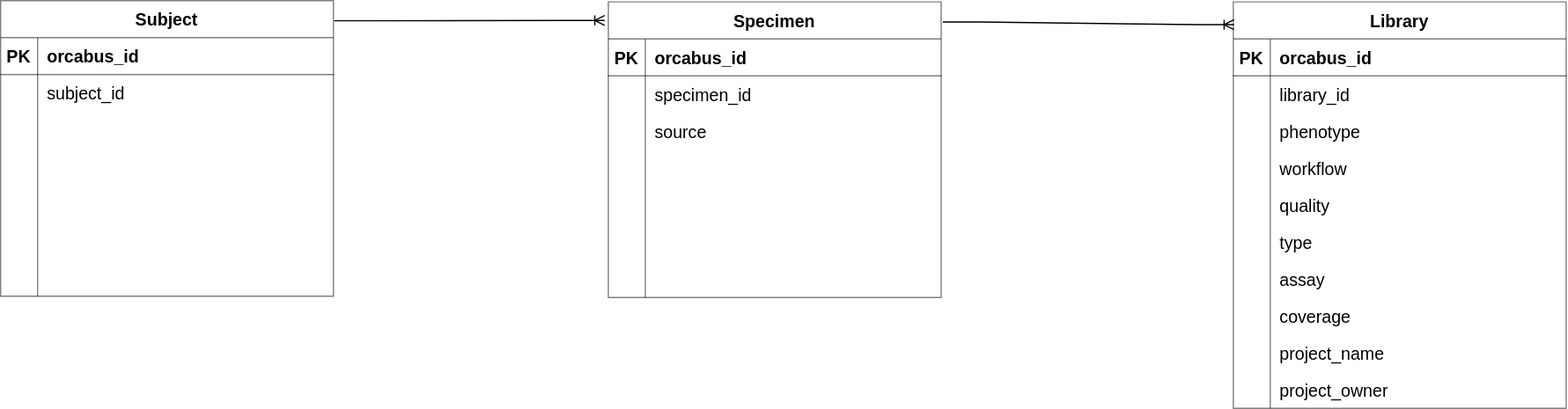
Above: lib/workload/stateless/stacks/metadata-manager/docs/schema.drawio.svg in umccr/orcabus (draw.io), before the change. Source tidied: cells renumbered, new cells last; positions are measured from the earlier drawing's top-left corner, leaving out a move shared by most shapes.
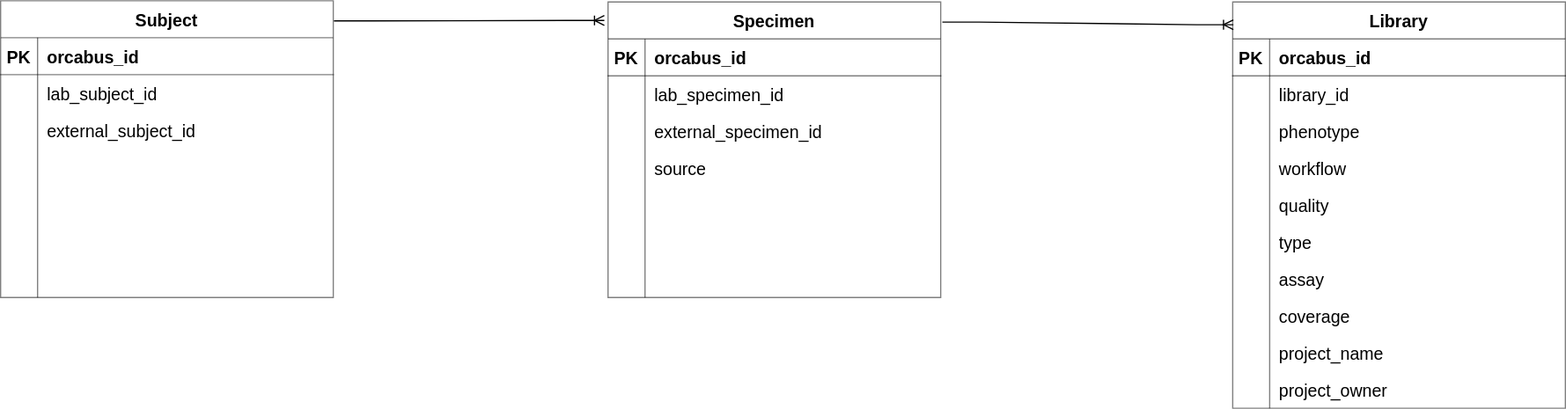
The same file after the commit.

Commit message:
add external subject/specimen id

Diff of the diagram source:
```diff
@@ -96,7 +96,7 @@
       <mxGeometry x="30" width="240" height="30" as="geometry" />
     </mxCell>
     <mxCell id="33" value="Subject" style="shape=table;startSize=30;rowLines=0;fontStyle=1;align=center;fontSize=14;fillColor=none;opacity=50;" parent="1" vertex="1">
-      <mxGeometry width="270" height="240" as="geometry" />
+      <mxGeometry width="270" height="241" as="geometry" />
     </mxCell>
     <mxCell id="34" style="shape=tableRow;horizontal=0;startSize=0;swimlaneHead=0;swimlaneBody=0;fillColor=none;top=0;left=0;right=0;bottom=1;fontSize=14;opacity=50;" parent="33" vertex="1">
       <mxGeometry y="30" width="270" height="30" as="geometry" />
@@ -113,7 +113,7 @@
     <mxCell id="38" style="shape=partialRectangle;fillColor=none;top=0;left=0;bottom=0;right=0;overflow=hidden;rounded=0;shadow=0;labelBackgroundColor=#FFFFFF;labelBorderColor=none;sketch=0;fontSize=12;fontColor=#000000;" parent="37" vertex="1">
       <mxGeometry width="30" height="30" as="geometry" />
     </mxCell>
-    <mxCell id="39" value="subject_id" style="shape=partialRectangle;fillColor=none;top=0;left=0;bottom=0;right=0;align=left;spacingLeft=6;overflow=hidden;rounded=0;shadow=0;labelBackgroundColor=#FFFFFF;labelBorderColor=none;sketch=0;fontSize=14;fontColor=#000000;" parent="37" vertex="1">
+    <mxCell id="39" value="lab_subject_id" style="shape=partialRectangle;fillColor=none;top=0;left=0;bottom=0;right=0;align=left;spacingLeft=6;overflow=hidden;rounded=0;shadow=0;labelBackgroundColor=#FFFFFF;labelBorderColor=none;sketch=0;fontSize=14;fontColor=#000000;" parent="37" vertex="1">
       <mxGeometry x="30" width="240" height="30" as="geometry" />
     </mxCell>
     <mxCell id="40" style="shape=tableRow;horizontal=0;startSize=0;swimlaneHead=0;swimlaneBody=0;fillColor=none;top=0;left=0;right=0;bottom=0;rounded=0;shadow=0;labelBackgroundColor=none;labelBorderColor=none;sketch=0;fontSize=14;" parent="33" vertex="1">
@@ -122,20 +122,20 @@
     <mxCell id="41" style="shape=partialRectangle;fillColor=none;top=0;left=0;bottom=0;right=0;overflow=hidden;rounded=0;shadow=0;labelBackgroundColor=none;labelBorderColor=none;sketch=0;fontSize=14;" parent="40" vertex="1">
       <mxGeometry width="30" height="30" as="geometry" />
     </mxCell>
-    <mxCell id="42" style="shape=partialRectangle;fillColor=none;top=0;left=0;bottom=0;right=0;align=left;spacingLeft=6;overflow=hidden;rounded=0;shadow=0;labelBackgroundColor=none;labelBorderColor=none;sketch=0;fontSize=14;" parent="40" vertex="1">
+    <mxCell id="42" value="external_subject_id" style="shape=partialRectangle;fillColor=none;top=0;left=0;bottom=0;right=0;align=left;spacingLeft=6;overflow=hidden;rounded=0;shadow=0;labelBackgroundColor=none;labelBorderColor=none;sketch=0;fontSize=14;" parent="40" vertex="1">
       <mxGeometry x="30" width="240" height="30" as="geometry" />
     </mxCell>
     <mxCell id="43" style="shape=tableRow;horizontal=0;startSize=0;swimlaneHead=0;swimlaneBody=0;fillColor=none;top=0;left=0;right=0;bottom=0;fontSize=14;opacity=50;" parent="33" vertex="1">
-      <mxGeometry y="120" width="270" height="30" as="geometry" />
+      <mxGeometry y="120" width="270" height="31" as="geometry" />
     </mxCell>
     <mxCell id="44" style="shape=partialRectangle;fillColor=none;top=0;left=0;bottom=0;right=0;overflow=hidden;fontSize=14;opacity=50;" parent="43" vertex="1">
-      <mxGeometry width="30" height="30" as="geometry" />
+      <mxGeometry width="30" height="31" as="geometry" />
     </mxCell>
     <mxCell id="45" style="shape=partialRectangle;fillColor=none;top=0;left=0;bottom=0;right=0;align=left;spacingLeft=6;overflow=hidden;fontSize=14;opacity=50;" parent="43" vertex="1">
-      <mxGeometry x="30" width="240" height="30" as="geometry" />
+      <mxGeometry x="30" width="240" height="31" as="geometry" />
     </mxCell>
     <mxCell id="46" style="shape=tableRow;horizontal=0;startSize=0;swimlaneHead=0;swimlaneBody=0;fillColor=none;top=0;left=0;right=0;bottom=0;fontSize=14;opacity=50;" parent="33" vertex="1">
-      <mxGeometry y="150" width="270" height="30" as="geometry" />
+      <mxGeometry y="151" width="270" height="30" as="geometry" />
     </mxCell>
     <mxCell id="47" style="shape=partialRectangle;fillColor=none;top=0;left=0;bottom=0;right=0;overflow=hidden;fontSize=14;opacity=50;" parent="46" vertex="1">
       <mxGeometry width="30" height="30" as="geometry" />
@@ -144,7 +144,7 @@
       <mxGeometry x="30" width="240" height="30" as="geometry" />
     </mxCell>
     <mxCell id="49" style="shape=tableRow;horizontal=0;startSize=0;swimlaneHead=0;swimlaneBody=0;fillColor=none;top=0;left=0;right=0;bottom=0;labelBackgroundColor=none;fontSize=14;opacity=50;" parent="33" vertex="1">
-      <mxGeometry y="180" width="270" height="30" as="geometry" />
+      <mxGeometry y="181" width="270" height="30" as="geometry" />
     </mxCell>
     <mxCell id="50" style="shape=partialRectangle;fillColor=none;top=0;left=0;bottom=0;right=0;overflow=hidden;labelBackgroundColor=none;fontSize=14;opacity=50;" parent="49" vertex="1">
       <mxGeometry width="30" height="30" as="geometry" />
@@ -153,7 +153,7 @@
       <mxGeometry x="30" width="240" height="30" as="geometry" />
     </mxCell>
     <mxCell id="52" style="shape=tableRow;horizontal=0;startSize=0;swimlaneHead=0;swimlaneBody=0;fillColor=none;top=0;left=0;right=0;bottom=0;rounded=0;shadow=0;labelBackgroundColor=none;labelBorderColor=none;sketch=0;fontSize=14;" parent="33" vertex="1">
-      <mxGeometry y="210" width="270" height="30" as="geometry" />
+      <mxGeometry y="211" width="270" height="30" as="geometry" />
     </mxCell>
     <mxCell id="53" style="shape=partialRectangle;fillColor=none;top=0;left=0;bottom=0;right=0;overflow=hidden;rounded=0;shadow=0;labelBackgroundColor=none;labelBorderColor=none;sketch=0;fontSize=14;" parent="52" vertex="1">
       <mxGeometry width="30" height="30" as="geometry" />
@@ -179,7 +179,7 @@
     <mxCell id="60" style="shape=partialRectangle;fillColor=none;top=0;left=0;bottom=0;right=0;overflow=hidden;rounded=0;shadow=0;labelBackgroundColor=#FFFFFF;labelBorderColor=none;sketch=0;fontSize=12;fontColor=#000000;" parent="59" vertex="1">
       <mxGeometry width="30" height="30" as="geometry" />
     </mxCell>
-    <mxCell id="61" value="specimen_id" style="shape=partialRectangle;fillColor=none;top=0;left=0;bottom=0;right=0;align=left;spacingLeft=6;overflow=hidden;rounded=0;shadow=0;labelBackgroundColor=#FFFFFF;labelBorderColor=none;sketch=0;fontSize=14;fontColor=#000000;" parent="59" vertex="1">
+    <mxCell id="61" value="lab_specimen_id" style="shape=partialRectangle;fillColor=none;top=0;left=0;bottom=0;right=0;align=left;spacingLeft=6;overflow=hidden;rounded=0;shadow=0;labelBackgroundColor=#FFFFFF;labelBorderColor=none;sketch=0;fontSize=14;fontColor=#000000;" parent="59" vertex="1">
       <mxGeometry x="30" width="240" height="30" as="geometry" />
     </mxCell>
     <mxCell id="62" style="shape=tableRow;horizontal=0;startSize=0;swimlaneHead=0;swimlaneBody=0;fillColor=none;top=0;left=0;right=0;bottom=0;rounded=0;shadow=0;labelBackgroundColor=none;labelBorderColor=none;sketch=0;fontSize=14;" parent="55" vertex="1">
@@ -188,7 +188,7 @@
     <mxCell id="63" style="shape=partialRectangle;fillColor=none;top=0;left=0;bottom=0;right=0;overflow=hidden;rounded=0;shadow=0;labelBackgroundColor=none;labelBorderColor=none;sketch=0;fontSize=14;" parent="62" vertex="1">
       <mxGeometry width="30" height="30" as="geometry" />
     </mxCell>
-    <mxCell id="64" value="source" style="shape=partialRectangle;fillColor=none;top=0;left=0;bottom=0;right=0;align=left;spacingLeft=6;overflow=hidden;rounded=0;shadow=0;labelBackgroundColor=none;labelBorderColor=none;sketch=0;fontSize=14;" parent="62" vertex="1">
+    <mxCell id="64" value="external_specimen_id" style="shape=partialRectangle;fillColor=none;top=0;left=0;bottom=0;right=0;align=left;spacingLeft=6;overflow=hidden;rounded=0;shadow=0;labelBackgroundColor=none;labelBorderColor=none;sketch=0;fontSize=14;" parent="62" vertex="1">
       <mxGeometry x="30" width="240" height="30" as="geometry" />
     </mxCell>
     <mxCell id="65" style="shape=tableRow;horizontal=0;startSize=0;swimlaneHead=0;swimlaneBody=0;fillColor=none;top=0;left=0;right=0;bottom=0;fontSize=14;opacity=50;" parent="55" vertex="1">
@@ -197,7 +197,7 @@
     <mxCell id="66" style="shape=partialRectangle;fillColor=none;top=0;left=0;bottom=0;right=0;overflow=hidden;fontSize=14;opacity=50;" parent="65" vertex="1">
       <mxGeometry width="30" height="30" as="geometry" />
     </mxCell>
-    <mxCell id="67" style="shape=partialRectangle;fillColor=none;top=0;left=0;bottom=0;right=0;align=left;spacingLeft=6;overflow=hidden;fontSize=14;opacity=50;" parent="65" vertex="1">
+    <mxCell id="67" value="source" style="shape=partialRectangle;fillColor=none;top=0;left=0;bottom=0;right=0;align=left;spacingLeft=6;overflow=hidden;fontSize=14;opacity=50;" parent="65" vertex="1">
       <mxGeometry x="30" width="240" height="30" as="geometry" />
     </mxCell>
     <mxCell id="68" style="shape=tableRow;horizontal=0;startSize=0;swimlaneHead=0;swimlaneBody=0;fillColor=none;top=0;left=0;right=0;bottom=0;fontSize=14;opacity=50;" parent="55" vertex="1">
```
